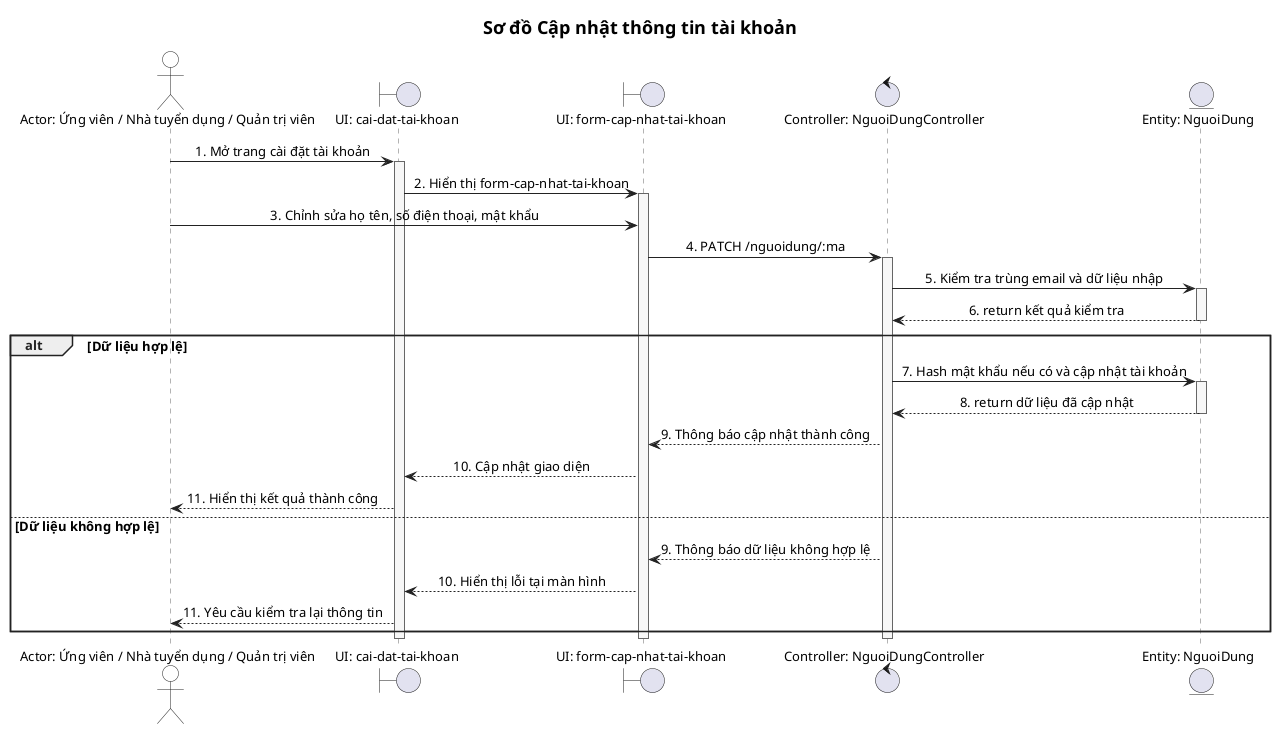
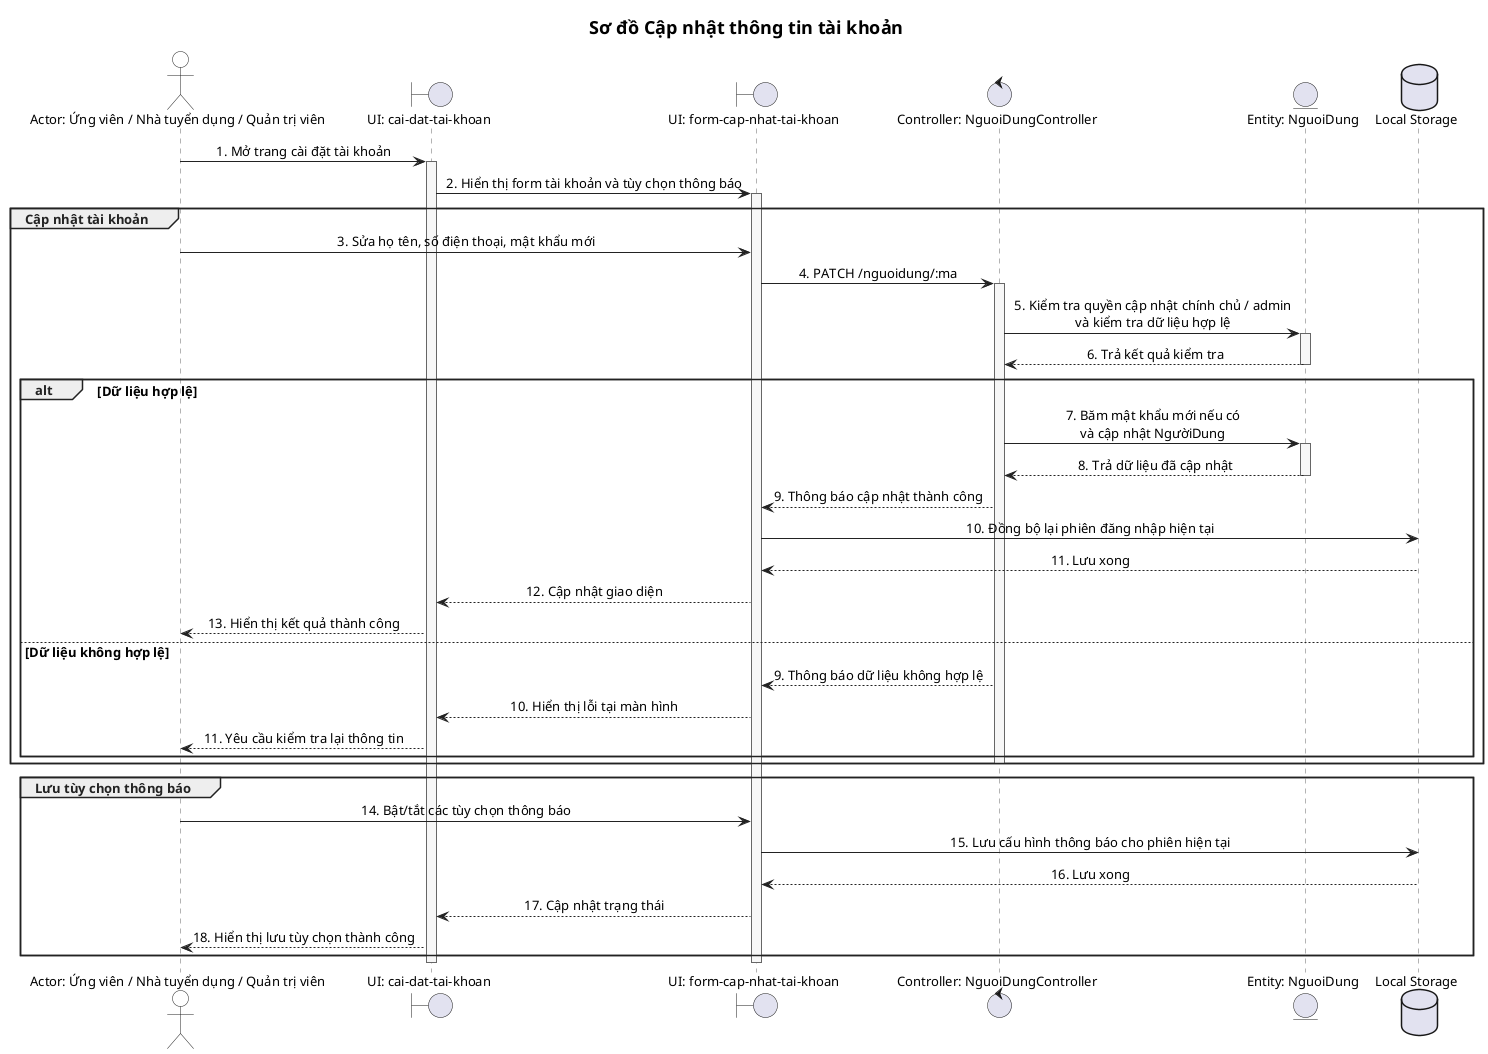
@startuml
skinparam defaultFontName "Segoe UI"
skinparam titleFontName "Segoe UI"
skinparam defaultFontSize 13
skinparam titleFontSize 18
skinparam shadowing false
skinparam linetype ortho
skinparam sequenceMessageAlign center
skinparam sequence {
  ArrowColor #222222
  LifeLineBorderColor #666666
  LifeLineBackgroundColor #F7F7F7
  ParticipantBorderColor #222222
  ParticipantBackgroundColor White
  ActorBorderColor #222222
  ActorBackgroundColor White
  BoxBorderColor #888888
  GroupBorderColor #222222
  GroupHeaderFontColor #222222
}
title Sơ đồ Cập nhật thông tin tài khoản

actor "Actor: Ứng viên / Nhà tuyển dụng / Quản trị viên" as Actor
boundary "UI: cai-dat-tai-khoan" as UI
boundary "UI: form-cap-nhat-tai-khoan" as Form
control "Controller: NguoiDungController" as Controller
- entity "Entity: NguoiDung" as MainEntity
+ entity "Entity: NguoiDung" as NguoiDung
+ database "Local Storage" as Storage

Actor -> UI : 1. Mở trang cài đặt tài khoản
activate UI
- UI -> Form : 2. Hiển thị form-cap-nhat-tai-khoan
+ UI -> Form : 2. Hiển thị form tài khoản và tùy chọn thông báo
activate Form
- Actor -> Form : 3. Chỉnh sửa họ tên, số điện thoại, mật khẩu
- Form -> Controller : 4. PATCH /nguoidung/:ma
- activate Controller
- Controller -> MainEntity : 5. Kiểm tra trùng email và dữ liệu nhập
- activate MainEntity
- MainEntity --> Controller : 6. return kết quả kiểm tra
- deactivate MainEntity

- alt Dữ liệu hợp lệ
-   Controller -> MainEntity : 7. Hash mật khẩu nếu có và cập nhật tài khoản
-   activate MainEntity
-   MainEntity --> Controller : 8. return dữ liệu đã cập nhật
-   deactivate MainEntity
-   Controller --> Form : 9. Thông báo cập nhật thành công
-   Form --> UI : 10. Cập nhật giao diện
-   UI --> Actor : 11. Hiển thị kết quả thành công
- else Dữ liệu không hợp lệ
-   Controller --> Form : 9. Thông báo dữ liệu không hợp lệ
-   Form --> UI : 10. Hiển thị lỗi tại màn hình
-   UI --> Actor : 11. Yêu cầu kiểm tra lại thông tin
+ group Cập nhật tài khoản
+   Actor -> Form : 3. Sửa họ tên, số điện thoại, mật khẩu mới
+   Form -> Controller : 4. PATCH /nguoidung/:ma
+   activate Controller
+   Controller -> NguoiDung : 5. Kiểm tra quyền cập nhật chính chủ / admin\nvà kiểm tra dữ liệu hợp lệ
+   activate NguoiDung
+   NguoiDung --> Controller : 6. Trả kết quả kiểm tra
+   deactivate NguoiDung
+ 
+   alt Dữ liệu hợp lệ
+     Controller -> NguoiDung : 7. Băm mật khẩu mới nếu có\nvà cập nhật NgườiDung
+     activate NguoiDung
+     NguoiDung --> Controller : 8. Trả dữ liệu đã cập nhật
+     deactivate NguoiDung
+     Controller --> Form : 9. Thông báo cập nhật thành công
+     Form -> Storage : 10. Đồng bộ lại phiên đăng nhập hiện tại
+     Storage --> Form : 11. Lưu xong
+     Form --> UI : 12. Cập nhật giao diện
+     UI --> Actor : 13. Hiển thị kết quả thành công
+   else Dữ liệu không hợp lệ
+     Controller --> Form : 9. Thông báo dữ liệu không hợp lệ
+     Form --> UI : 10. Hiển thị lỗi tại màn hình
+     UI --> Actor : 11. Yêu cầu kiểm tra lại thông tin
+   end
+   deactivate Controller
end
- deactivate Controller
+ 
+ group Lưu tùy chọn thông báo
+   Actor -> Form : 14. Bật/tắt các tùy chọn thông báo
+   Form -> Storage : 15. Lưu cấu hình thông báo cho phiên hiện tại
+   Storage --> Form : 16. Lưu xong
+   Form --> UI : 17. Cập nhật trạng thái
+   UI --> Actor : 18. Hiển thị lưu tùy chọn thành công
+ end
+ 
deactivate Form
deactivate UI
@enduml
